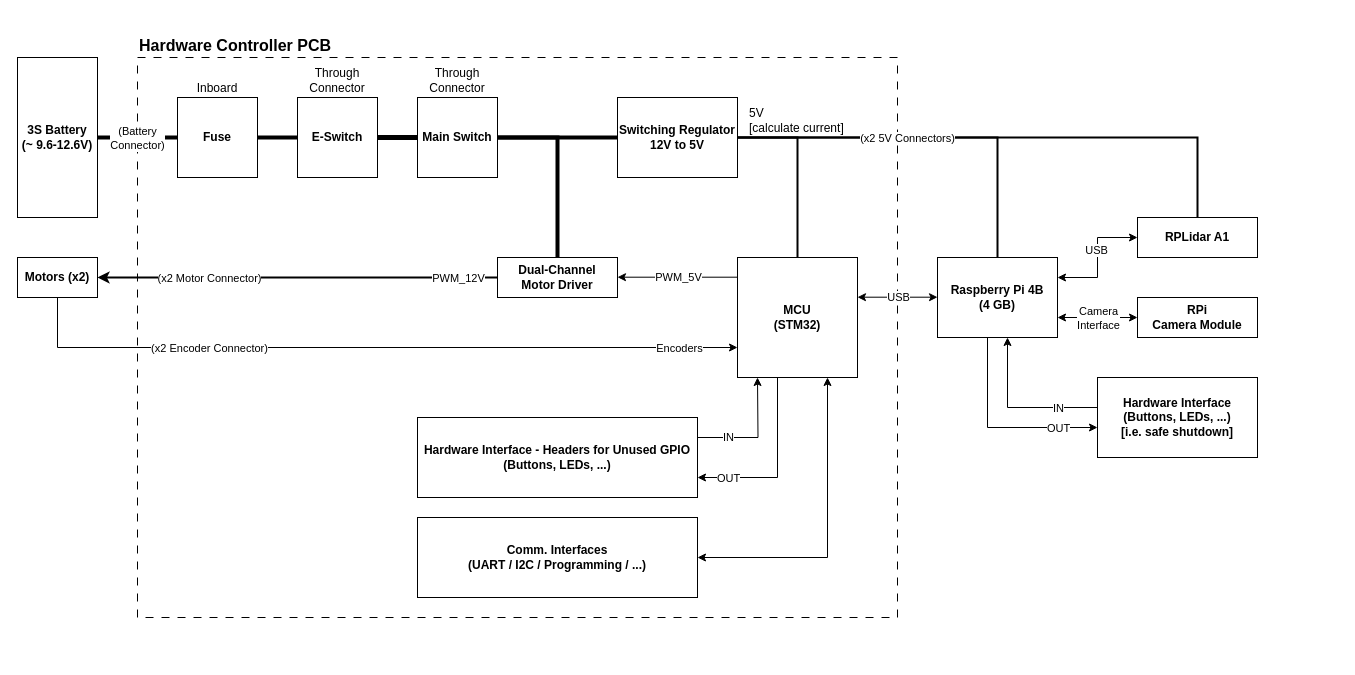
Above: 4_Docs/LizardBot1_Diagrams.drawio in lizard-electronics/LizardBot1_ProjectFiles (draw.io), before the change. Source tidied: cells renumbered, new cells numbered last; positions are measured from the earlier drawing's top-left corner, leaving out a move shared by most shapes. Both pictures are drawn from the tidied source at 100%, with x=0, y=0 at pixel (17, 17).
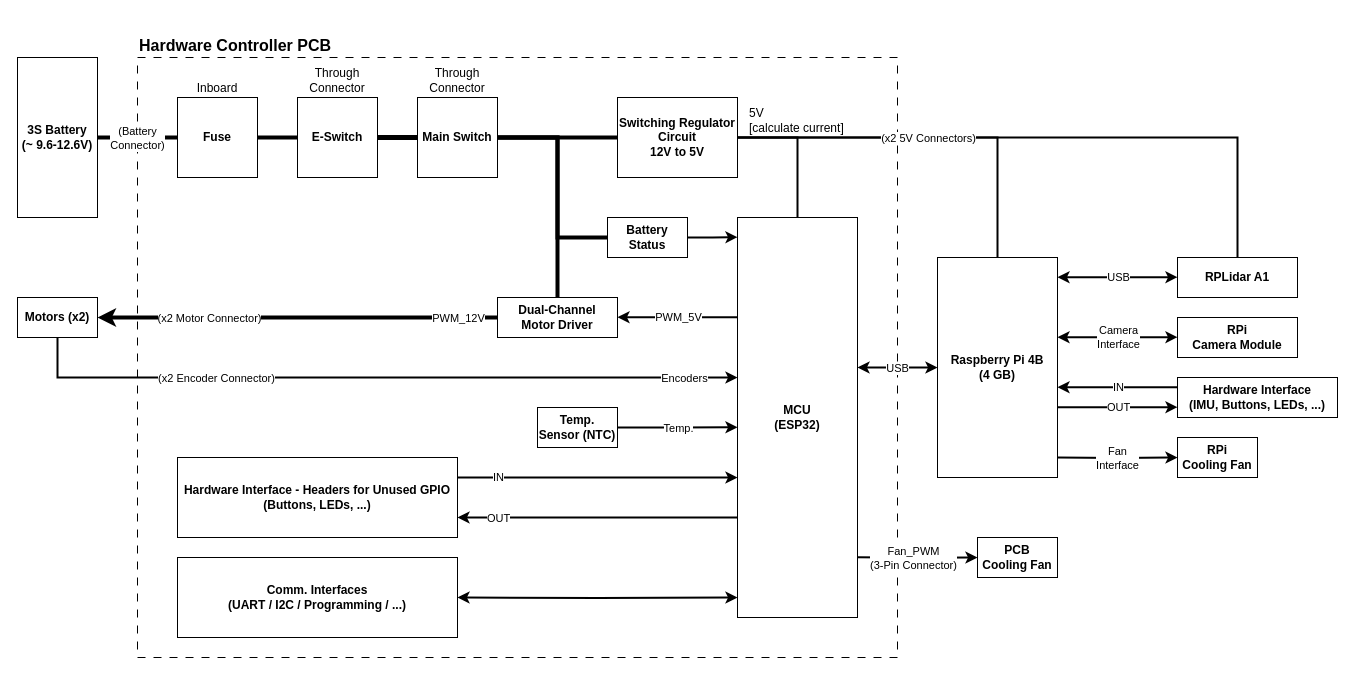
The same page after the edit.

Unchanged cells that the change refers to:
```xml
<mxCell id="13" value="Main Switch" style="rounded=0;whiteSpace=wrap;html=1;fontStyle=1;" parent="1" vertex="1">
  <mxGeometry x="400" y="80" width="80" height="80" as="geometry" />
</mxCell>
```

Diff of the diagram source:
```diff
@@
-    <mxCell id="2" style="rounded=0;whiteSpace=wrap;html=1;fillColor=none;dashed=1;dashPattern=8 8;" parent="1" vertex="1">
-      <mxGeometry x="120" y="40" width="760" height="560" as="geometry" />
-    </mxCell>
+    <mxCell id="55" style="rounded=0;whiteSpace=wrap;html=1;fillColor=none;dashed=1;dashPattern=8 8;" parent="1" vertex="1">
+      <mxGeometry x="120" y="40" width="760" height="600" as="geometry" />
+    </mxCell>
@@
-    <mxCell id="10" value="Switching Regulator&lt;div&gt;12V to 5V&lt;/div&gt;" style="rounded=0;whiteSpace=wrap;html=1;fontStyle=1;" parent="1" vertex="1">
+    <mxCell id="10" value="Switching Regulator&lt;div&gt;Circuit&lt;br&gt;&lt;div&gt;12V to 5V&lt;/div&gt;&lt;/div&gt;" style="rounded=0;whiteSpace=wrap;html=1;fontStyle=1;" parent="1" vertex="1">
       <mxGeometry x="600" y="80" width="120" height="80" as="geometry" />
     </mxCell>
@@
+    <mxCell id="56" style="edgeStyle=orthogonalEdgeStyle;rounded=0;jettySize=auto;html=1;exitX=1;exitY=0.5;exitDx=0;exitDy=0;entryX=0;entryY=0.5;entryDx=0;entryDy=0;strokeWidth=4;endArrow=none;endFill=0;" parent="1" edge="1" source="13" target="66">
+      <mxGeometry relative="1" as="geometry">
+        <Array as="points">
+          <mxPoint x="540" y="120" />
+          <mxPoint x="540" y="220" />
+        </Array>
+      </mxGeometry>
+    </mxCell>
@@
-    <mxCell id="18" style="edgeStyle=orthogonalEdgeStyle;rounded=0;jettySize=auto;html=1;exitX=0;exitY=0.5;exitDx=0;exitDy=0;entryX=1;entryY=0.5;entryDx=0;entryDy=0;strokeWidth=2;" parent="1" edge="1" source="21" target="22">
+    <mxCell id="18" style="edgeStyle=orthogonalEdgeStyle;rounded=0;jettySize=auto;html=1;exitX=0;exitY=0.5;exitDx=0;exitDy=0;entryX=1;entryY=0.5;entryDx=0;entryDy=0;strokeWidth=4;" parent="1" edge="1" source="21" target="22">
       <mxGeometry relative="1" as="geometry" />
     </mxCell>
@@
     <mxCell id="21" value="Dual-Channel&lt;div&gt;&lt;span style=&quot;background-color: initial;&quot;&gt;Motor Driver&lt;/span&gt;&lt;/div&gt;" style="rounded=0;whiteSpace=wrap;html=1;fontStyle=1;" parent="1" vertex="1">
-      <mxGeometry x="480" y="240" width="120" height="40" as="geometry" />
+      <mxGeometry x="480" y="280" width="120" height="40" as="geometry" />
     </mxCell>
     <mxCell id="22" value="Motors (x2)" style="rounded=0;whiteSpace=wrap;html=1;fontStyle=1;" parent="1" vertex="1">
-      <mxGeometry y="240" width="80" height="40" as="geometry" />
+      <mxGeometry y="280" width="80" height="40" as="geometry" />
     </mxCell>
-    <mxCell id="23" style="edgeStyle=orthogonalEdgeStyle;rounded=0;jettySize=auto;html=1;exitX=0.5;exitY=1;exitDx=0;exitDy=0;entryX=0;entryY=0.75;entryDx=0;entryDy=0;" parent="1" edge="1" source="22" target="29">
-      <mxGeometry relative="1" as="geometry" />
+    <mxCell id="23" style="edgeStyle=orthogonalEdgeStyle;rounded=0;jettySize=auto;html=1;exitX=0.5;exitY=1;exitDx=0;exitDy=0;entryX=0;entryY=0.25;entryDx=0;entryDy=0;strokeWidth=2;" parent="1" edge="1" source="22">
+      <mxGeometry relative="1" as="geometry">
+        <mxPoint x="720" y="360" as="targetPoint" />
+        <Array as="points">
+          <mxPoint x="40" y="360" />
+        </Array>
+      </mxGeometry>
     </mxCell>
@@
-    <mxCell id="26" style="edgeStyle=orthogonalEdgeStyle;rounded=0;orthogonalLoop=1;jettySize=auto;html=1;" parent="1" edge="1">
+    <mxCell id="26" style="edgeStyle=orthogonalEdgeStyle;rounded=0;orthogonalLoop=1;jettySize=auto;html=1;strokeWidth=2;" parent="1" edge="1">
       <mxGeometry relative="1" as="geometry">
-        <mxPoint x="720" y="259.7" as="sourcePoint" />
-        <mxPoint x="600" y="259.7" as="targetPoint" />
+        <mxPoint x="720" y="299.7" as="sourcePoint" />
+        <mxPoint x="600" y="299.7" as="targetPoint" />
       </mxGeometry>
     </mxCell>
@@
-    <mxCell id="28" style="edgeStyle=orthogonalEdgeStyle;rounded=0;jettySize=auto;html=1;exitX=0.75;exitY=1;exitDx=0;exitDy=0;entryX=1;entryY=0.5;entryDx=0;entryDy=0;startArrow=classic;startFill=1;" parent="1" edge="1" source="29" target="44">
-      <mxGeometry relative="1" as="geometry" />
+    <mxCell id="28" style="edgeStyle=orthogonalEdgeStyle;rounded=0;jettySize=auto;html=1;entryX=1;entryY=0.5;entryDx=0;entryDy=0;startArrow=classic;startFill=1;strokeWidth=2;" parent="1" edge="1" target="44">
+      <mxGeometry relative="1" as="geometry">
+        <mxPoint x="720" y="580" as="sourcePoint" />
+      </mxGeometry>
     </mxCell>
-    <mxCell id="29" value="MCU&lt;div&gt;(STM32)&lt;/div&gt;" style="rounded=0;whiteSpace=wrap;html=1;fontStyle=1;" parent="1" vertex="1">
-      <mxGeometry x="720" y="240" width="120" height="120" as="geometry" />
+    <mxCell id="29" value="MCU&lt;div&gt;(ESP32)&lt;/div&gt;" style="rounded=0;whiteSpace=wrap;html=1;fontStyle=1;" parent="1" vertex="1">
+      <mxGeometry x="720" y="200" width="120" height="400" as="geometry" />
     </mxCell>
-    <mxCell id="30" style="edgeStyle=orthogonalEdgeStyle;rounded=0;jettySize=auto;html=1;startArrow=classic;startFill=1;entryX=1;entryY=0.25;entryDx=0;entryDy=0;" parent="1" edge="1" source="32" target="37">
-      <mxGeometry relative="1" as="geometry" />
+    <mxCell id="30" style="edgeStyle=orthogonalEdgeStyle;rounded=0;orthogonalLoop=1;jettySize=auto;html=1;startArrow=classic;startFill=1;strokeWidth=2;" parent="1" edge="1">
+      <mxGeometry relative="1" as="geometry">
+        <mxPoint x="1160" y="259.7" as="sourcePoint" />
+        <mxPoint x="1040" y="259.7" as="targetPoint" />
+      </mxGeometry>
     </mxCell>
     <mxCell id="31" value="USB" style="edgeLabel;html=1;align=center;verticalAlign=middle;" parent="30" vertex="1">
       <mxGeometry x="-0.1" y="2" relative="1" as="geometry">
-        <mxPoint x="-4" y="-2" as="offset" />
+        <mxPoint x="-6" y="-2" as="offset" />
       </mxGeometry>
     </mxCell>
     <mxCell id="32" value="RPLidar A1" style="rounded=0;whiteSpace=wrap;html=1;fontStyle=1;" parent="1" vertex="1">
-      <mxGeometry x="1120" y="200" width="120" height="40" as="geometry" />
+      <mxGeometry x="1160" y="240" width="120" height="40" as="geometry" />
     </mxCell>
-    <mxCell id="33" style="edgeStyle=orthogonalEdgeStyle;rounded=0;jettySize=auto;html=1;exitX=1;exitY=0.75;exitDx=0;exitDy=0;entryX=0;entryY=0.5;entryDx=0;entryDy=0;startArrow=classic;startFill=1;" parent="1" edge="1" source="37" target="50">
-      <mxGeometry relative="1" as="geometry" />
+    <mxCell id="33" style="edgeStyle=orthogonalEdgeStyle;rounded=0;orthogonalLoop=1;jettySize=auto;html=1;exitX=1;exitY=0.75;exitDx=0;exitDy=0;startArrow=classic;startFill=1;strokeWidth=2;" parent="1" edge="1">
+      <mxGeometry relative="1" as="geometry">
+        <mxPoint x="1040" y="319.7" as="sourcePoint" />
+        <mxPoint x="1160" y="319.7" as="targetPoint" />
+      </mxGeometry>
     </mxCell>
     <mxCell id="34" value="Camera&lt;div&gt;Interface&lt;/div&gt;" style="edgeLabel;html=1;align=center;verticalAlign=middle;" parent="33" vertex="1">
       <mxGeometry x="-0.33" y="2" relative="1" as="geometry">
-        <mxPoint x="13" y="2" as="offset" />
+        <mxPoint x="20" y="2" as="offset" />
       </mxGeometry>
     </mxCell>
-    <mxCell id="35" style="edgeStyle=orthogonalEdgeStyle;rounded=0;orthogonalLoop=1;jettySize=auto;html=1;" parent="1" edge="1">
+    <mxCell id="35" style="edgeStyle=orthogonalEdgeStyle;rounded=0;orthogonalLoop=1;jettySize=auto;html=1;strokeWidth=2;" parent="1" edge="1">
       <mxGeometry relative="1" as="geometry">
-        <mxPoint x="1080" y="390" as="sourcePoint" />
-        <mxPoint x="990" y="320" as="targetPoint" />
+        <mxPoint x="1160" y="369.7" as="sourcePoint" />
+        <mxPoint x="1040" y="369.7" as="targetPoint" />
         <Array as="points">
-          <mxPoint x="990" y="390" />
+          <mxPoint x="1100" y="369.7" />
         </Array>
       </mxGeometry>
     </mxCell>
     <mxCell id="36" value="IN" style="edgeLabel;html=1;align=center;verticalAlign=middle;" parent="35" vertex="1">
       <mxGeometry x="0.43" y="1" relative="1" as="geometry">
-        <mxPoint x="51" y="24" as="offset" />
+        <mxPoint x="26" y="-1" as="offset" />
       </mxGeometry>
     </mxCell>
     <mxCell id="37" value="Raspberry Pi 4B&lt;div&gt;(4 GB)&lt;/div&gt;" style="rounded=0;whiteSpace=wrap;html=1;fontStyle=1;" parent="1" vertex="1">
-      <mxGeometry x="920" y="240" width="120" height="80" as="geometry" />
+      <mxGeometry x="920" y="240" width="120" height="220" as="geometry" />
     </mxCell>
-    <mxCell id="38" style="edgeStyle=orthogonalEdgeStyle;rounded=0;orthogonalLoop=1;jettySize=auto;html=1;startArrow=classic;startFill=1;" parent="1" edge="1">
+    <mxCell id="38" style="edgeStyle=orthogonalEdgeStyle;rounded=0;jettySize=auto;html=1;startArrow=classic;startFill=1;strokeWidth=2;exitX=0;exitY=0.5;exitDx=0;exitDy=0;" parent="1" edge="1" source="37">
       <mxGeometry relative="1" as="geometry">
-        <mxPoint x="920" y="279.7" as="sourcePoint" />
-        <mxPoint x="840" y="279.7" as="targetPoint" />
+        <mxPoint x="840" y="350" as="targetPoint" />
       </mxGeometry>
     </mxCell>
@@
     <mxCell id="44" value="Comm. Interfaces&lt;div&gt;(UART / I2C / Programming / ...)&lt;/div&gt;" style="rounded=0;whiteSpace=wrap;html=1;fontStyle=1;" parent="1" vertex="1">
-      <mxGeometry x="400" y="500" width="280" height="80" as="geometry" />
+      <mxGeometry x="160" y="540" width="280" height="80" as="geometry" />
     </mxCell>
-    <mxCell id="45" style="edgeStyle=orthogonalEdgeStyle;rounded=0;jettySize=auto;html=1;exitX=1;exitY=0.25;exitDx=0;exitDy=0;" parent="1" edge="1" source="49">
+    <mxCell id="45" style="edgeStyle=orthogonalEdgeStyle;rounded=0;jettySize=auto;html=1;exitX=1;exitY=0.25;exitDx=0;exitDy=0;strokeWidth=2;" parent="1" edge="1" source="49">
       <mxGeometry relative="1" as="geometry">
-        <mxPoint x="740" y="360" as="targetPoint" />
+        <mxPoint x="720" y="460" as="targetPoint" />
       </mxGeometry>
     </mxCell>
     <mxCell id="46" value="IN" style="edgeLabel;html=1;align=center;verticalAlign=middle;" parent="45" vertex="1">
       <mxGeometry x="-0.63" y="1" relative="1" as="geometry">
-        <mxPoint x="8" as="offset" />
+        <mxPoint x="-12" as="offset" />
       </mxGeometry>
     </mxCell>
-    <mxCell id="47" style="edgeStyle=orthogonalEdgeStyle;rounded=0;jettySize=auto;html=1;exitX=1;exitY=0.75;exitDx=0;exitDy=0;entryX=1;entryY=0.75;entryDx=0;entryDy=0;" parent="1" edge="1" target="49">
+    <mxCell id="47" style="edgeStyle=orthogonalEdgeStyle;rounded=0;jettySize=auto;html=1;entryX=1;entryY=0.75;entryDx=0;entryDy=0;strokeWidth=2;" parent="1" edge="1" target="49">
       <mxGeometry relative="1" as="geometry">
-        <mxPoint x="760" y="360" as="sourcePoint" />
+        <mxPoint x="720" y="500" as="sourcePoint" />
         <Array as="points">
-          <mxPoint x="760" y="460" />
+          <mxPoint x="720" y="500" />
         </Array>
       </mxGeometry>
     </mxCell>
     <mxCell id="48" value="OUT" style="edgeLabel;html=1;align=center;verticalAlign=middle;" parent="47" vertex="1">
       <mxGeometry x="0.68" y="-2" relative="1" as="geometry">
-        <mxPoint x="1" y="2" as="offset" />
+        <mxPoint x="-5" y="2" as="offset" />
       </mxGeometry>
     </mxCell>
     <mxCell id="49" value="Hardware Interface - Headers for Unused GPIO&lt;div&gt;(Buttons, LEDs, ...)&lt;/div&gt;" style="rounded=0;whiteSpace=wrap;html=1;fontStyle=1;" parent="1" vertex="1">
-      <mxGeometry x="400" y="400" width="280" height="80" as="geometry" />
+      <mxGeometry x="160" y="440" width="280" height="80" as="geometry" />
     </mxCell>
     <mxCell id="50" value="RPi&lt;div&gt;Camera Module&lt;/div&gt;" style="rounded=0;whiteSpace=wrap;html=1;fontStyle=1;" parent="1" vertex="1">
-      <mxGeometry x="1120" y="280" width="120" height="40" as="geometry" />
+      <mxGeometry x="1160" y="300" width="120" height="40" as="geometry" />
     </mxCell>
-    <mxCell id="51" value="Hardware Interface&lt;div&gt;(Buttons, LEDs, ...)&lt;/div&gt;&lt;div&gt;[i.e. safe shutdown]&lt;/div&gt;" style="rounded=0;whiteSpace=wrap;html=1;fontStyle=1;" parent="1" vertex="1">
-      <mxGeometry x="1080" y="360" width="160" height="80" as="geometry" />
+    <mxCell id="51" value="Hardware Interface&lt;div&gt;(IMU, Buttons, LEDs, ...)&lt;/div&gt;" style="rounded=0;whiteSpace=wrap;html=1;fontStyle=1;" parent="1" vertex="1">
+      <mxGeometry x="1160" y="360" width="160" height="40" as="geometry" />
     </mxCell>
-    <mxCell id="52" style="edgeStyle=orthogonalEdgeStyle;rounded=0;orthogonalLoop=1;jettySize=auto;html=1;" parent="1" edge="1">
+    <mxCell id="52" style="edgeStyle=orthogonalEdgeStyle;rounded=0;orthogonalLoop=1;jettySize=auto;html=1;strokeWidth=2;" parent="1" edge="1">
       <mxGeometry relative="1" as="geometry">
-        <mxPoint x="970" y="320" as="sourcePoint" />
-        <mxPoint x="1080" y="410" as="targetPoint" />
+        <mxPoint x="1040" y="389.7" as="sourcePoint" />
+        <mxPoint x="1160" y="389.7" as="targetPoint" />
         <Array as="points">
-          <mxPoint x="970" y="410" />
+          <mxPoint x="1080" y="389.7" />
         </Array>
       </mxGeometry>
     </mxCell>
     <mxCell id="53" value="OUT" style="edgeLabel;html=1;align=center;verticalAlign=middle;" parent="52" vertex="1">
       <mxGeometry x="0.58" y="1" relative="1" as="geometry">
-        <mxPoint x="2" y="1" as="offset" />
+        <mxPoint x="-35" y="1" as="offset" />
       </mxGeometry>
     </mxCell>
@@
+    <mxCell id="57" style="edgeStyle=orthogonalEdgeStyle;rounded=0;jettySize=auto;html=1;exitX=1;exitY=0.5;exitDx=0;exitDy=0;strokeWidth=2;" parent="1" edge="1" source="59">
+      <mxGeometry relative="1" as="geometry">
+        <mxPoint x="720" y="409.8" as="targetPoint" />
+      </mxGeometry>
+    </mxCell>
+    <mxCell id="58" value="Temp." style="edgeLabel;html=1;align=center;verticalAlign=middle;" parent="57" vertex="1">
+      <mxGeometry x="-0.23" y="-1" relative="1" as="geometry">
+        <mxPoint x="14" y="-1" as="offset" />
+      </mxGeometry>
+    </mxCell>
+    <mxCell id="59" value="Temp.&lt;div&gt;Sensor (NTC)&lt;/div&gt;" style="rounded=0;whiteSpace=wrap;html=1;fontStyle=1;" parent="1" vertex="1">
+      <mxGeometry x="520" y="390" width="80" height="40" as="geometry" />
+    </mxCell>
+    <mxCell id="60" style="edgeStyle=orthogonalEdgeStyle;rounded=0;jettySize=auto;html=1;exitX=0;exitY=0.5;exitDx=0;exitDy=0;strokeWidth=2;entryX=0;entryY=0.5;entryDx=0;entryDy=0;" parent="1" edge="1" target="62">
+      <mxGeometry relative="1" as="geometry">
+        <mxPoint x="840" y="539.8" as="sourcePoint" />
+      </mxGeometry>
+    </mxCell>
+    <mxCell id="61" value="Fan_PWM&lt;div&gt;(3-Pin Connector)&lt;/div&gt;" style="edgeLabel;html=1;align=center;verticalAlign=middle;" parent="60" vertex="1">
+      <mxGeometry x="-0.24" y="-2" relative="1" as="geometry">
+        <mxPoint x="10" y="-2" as="offset" />
+      </mxGeometry>
+    </mxCell>
+    <mxCell id="62" value="PCB&lt;div&gt;Cooling Fan&lt;/div&gt;" style="rounded=0;whiteSpace=wrap;html=1;fontStyle=1;" parent="1" vertex="1">
+      <mxGeometry x="960" y="520" width="80" height="40" as="geometry" />
+    </mxCell>
+    <mxCell id="63" style="edgeStyle=orthogonalEdgeStyle;rounded=0;jettySize=auto;html=1;strokeWidth=2;entryX=0;entryY=0.5;entryDx=0;entryDy=0;" parent="1" edge="1" target="65">
+      <mxGeometry relative="1" as="geometry">
+        <mxPoint x="1040" y="440" as="sourcePoint" />
+      </mxGeometry>
+    </mxCell>
+    <mxCell id="64" value="Fan&lt;div&gt;Interface&lt;/div&gt;" style="edgeLabel;html=1;align=center;verticalAlign=middle;" parent="63" vertex="1">
+      <mxGeometry x="0.1" y="-2" relative="1" as="geometry">
+        <mxPoint x="-6" y="-2" as="offset" />
+      </mxGeometry>
+    </mxCell>
+    <mxCell id="65" value="RPi&lt;div&gt;Cooling Fan&lt;/div&gt;" style="rounded=0;whiteSpace=wrap;html=1;fontStyle=1;" parent="1" vertex="1">
+      <mxGeometry x="1160" y="420" width="80" height="40" as="geometry" />
+    </mxCell>
+    <mxCell id="66" value="Battery Status" style="rounded=0;whiteSpace=wrap;html=1;fontStyle=1;" parent="1" vertex="1">
+      <mxGeometry x="590" y="200" width="80" height="40" as="geometry" />
+    </mxCell>
+    <mxCell id="67" style="edgeStyle=orthogonalEdgeStyle;rounded=0;jettySize=auto;html=1;strokeWidth=2;exitX=1;exitY=0.5;exitDx=0;exitDy=0;" parent="1" edge="1" source="66">
+      <mxGeometry relative="1" as="geometry">
+        <mxPoint x="720" y="219.7" as="targetPoint" />
+      </mxGeometry>
+    </mxCell>
```
